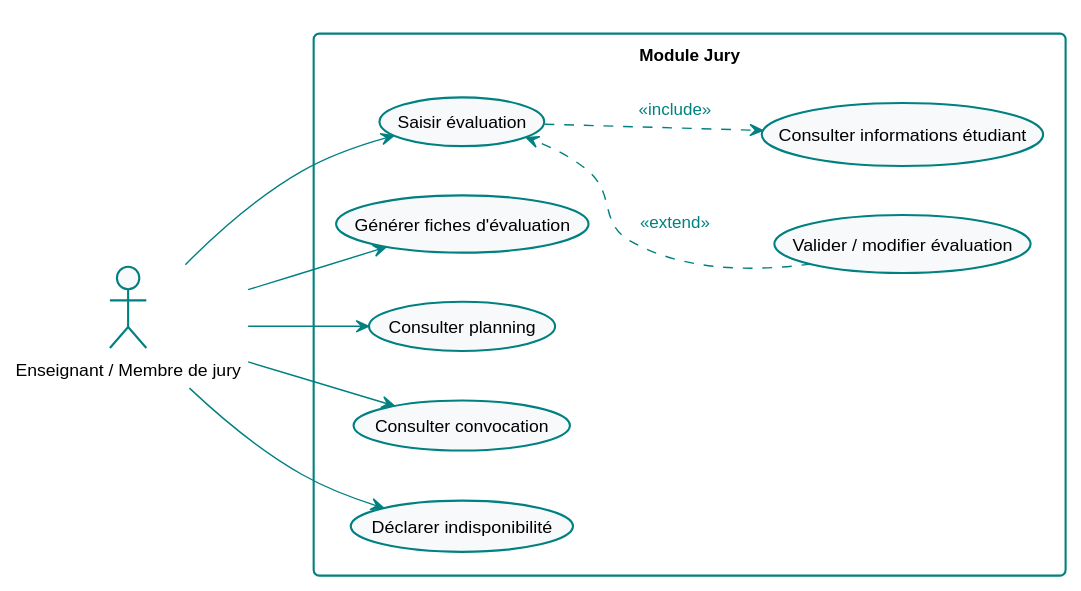
The PlantUML diagram diagrams/svg/uc_jury.svg in abdelaziz-ebourki/system-gestion-soutenance-docs, before a commit.
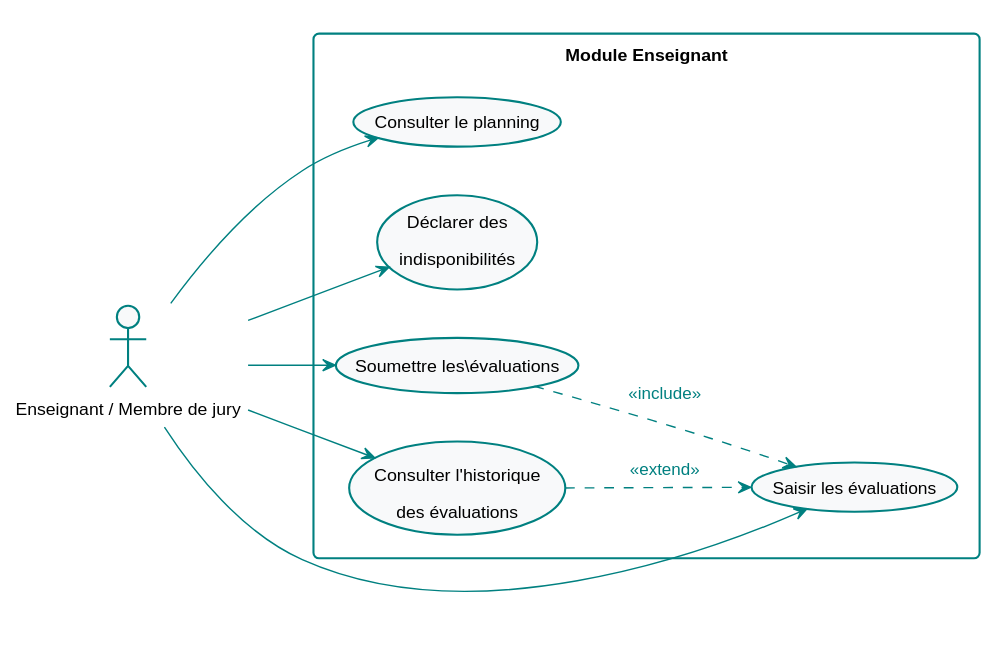
The same file after the commit.

What changed in the source:
```diff
@@ -56,26 +56,20 @@
 
 actor "Enseignant / Membre de jury" as Jury
 
-rectangle "Module Jury" {
-    usecase "Consulter planning" as UC1
-    usecase "Consulter convocation" as UC2
-    usecase "Déclarer indisponibilité" as UC3
-    usecase "Saisir évaluation" as UC4
-    usecase "Générer fiches d'évaluation" as UC5
-
-    usecase "Consulter informations étudiant" as UC7
-    usecase "Valider / modifier évaluation" as UC6
-
-    UC6 -[hidden]up- UC5
-    UC6 -[hidden]left- UC4
-
-    UC6 ..> UC4 : <<extend>>
-    UC4 ..> UC7 : <<include>>
+rectangle "Module Enseignant" {
+    usecase "Consulter le planning" as Schedule
+    usecase "Déclarer des\nindisponibilités" as Unavail
+    usecase "Saisir les évaluations" as EvalInput
+    usecase "Soumettre les\évaluations" as EvalSubmit
+    usecase "Consulter l'historique\ndes évaluations" as EvalHistory
 }
 
-Jury --> UC1
-Jury --> UC2
-Jury --> UC3
-Jury --> UC5
-Jury --> UC4
+EvalSubmit ..> EvalInput : <<include>>
+EvalHistory ..> EvalInput : <<extend>>
+
+Jury --> Schedule
+Jury --> Unavail
+Jury --> EvalInput
+Jury --> EvalSubmit
+Jury --> EvalHistory
 @enduml
```
